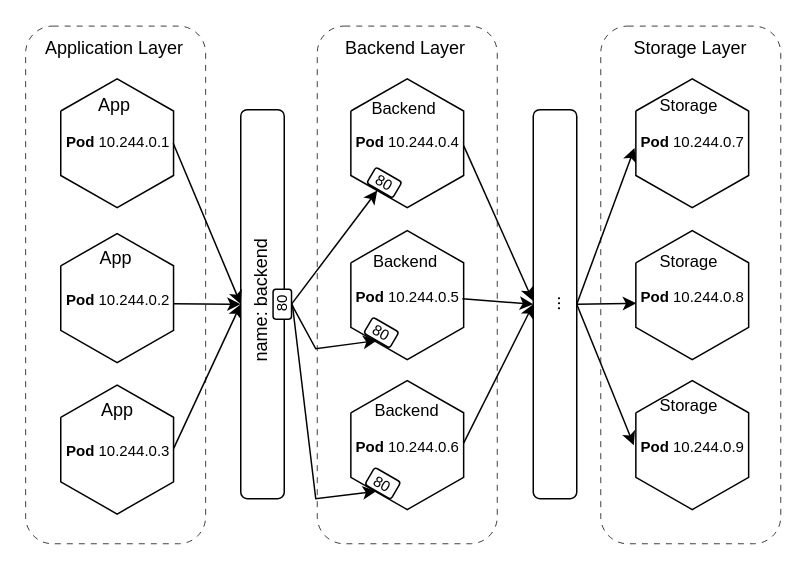
The draw.io diagram K8sClusterIPService.drawio in ChristophAtos/K8straining, before the edit. Source tidied: cells renumbered, new cells numbered last; positions are measured from the earlier drawing's top-left corner, leaving out a move shared by most shapes. Both pictures are drawn from the tidied source at 150%, with x=0, y=0 at pixel (26, 26).
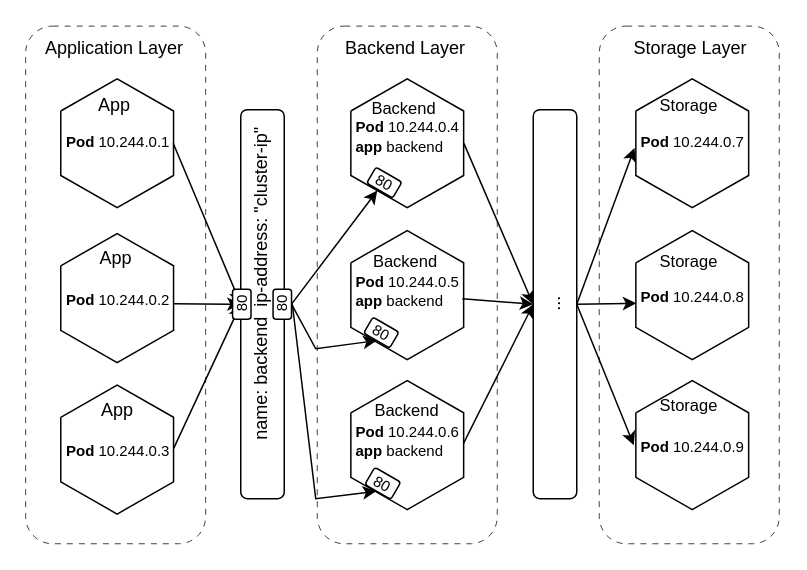
The same page after the edit.

The change refers to these unchanged cells:
```xml
<mxCell id="13" style="verticalLabelPosition=bottom;verticalAlign=top;html=1;shape=mxgraph.basic.polygon;polyCoords=[[0,0.25],[0.5,0],[1,0.25],[1,0.75],[0.5,1],[0,0.75],[0,0.25]];polyline=1;fillColor=default;perimeter=rectanglePerimeter;" parent="1" vertex="1">
  <mxGeometry x="216.4" y="35" width="75.2" height="86" as="geometry" />
</mxCell>
<mxCell id="44" style="rounded=1;whiteSpace=wrap;html=1;" parent="1" vertex="1">
  <mxGeometry x="338" y="55.6" width="29" height="259.4" as="geometry" />
</mxCell>
<mxCell id="52" value="..." style="text;html=1;strokeColor=none;fillColor=none;align=center;verticalAlign=middle;whiteSpace=wrap;rounded=0;rotation=-90;" parent="1" vertex="1">
  <mxGeometry x="297.9" y="170.3" width="110" height="30" as="geometry" />
</mxCell>
```

What changed in the source:
```diff
@@
     <mxCell id="14" value="&lt;font style=&quot;font-size: 10px;&quot;&gt;&lt;b style=&quot;border-color: var(--border-color); text-align: center;&quot;&gt;Pod&amp;nbsp;&lt;/b&gt;&lt;span style=&quot;border-color: var(--border-color); text-align: center;&quot;&gt;10.244.0.4&lt;/span&gt;&lt;/font&gt;" style="text;whiteSpace=wrap;html=1;rotation=0;" parent="1" vertex="1">
-      <mxGeometry x="217.9" y="63.2" width="68.1" height="27" as="geometry" />
+      <mxGeometry x="217.9" y="53.2" width="68.1" height="27" as="geometry" />
     </mxCell>
@@
     <mxCell id="16" value="&lt;font style=&quot;font-size: 10px;&quot;&gt;&lt;b style=&quot;border-color: var(--border-color); text-align: center;&quot;&gt;Pod&amp;nbsp;&lt;/b&gt;&lt;span style=&quot;border-color: var(--border-color); text-align: center;&quot;&gt;10.244.0.5&lt;/span&gt;&lt;/font&gt;" style="text;whiteSpace=wrap;html=1;rotation=0;" parent="1" vertex="1">
-      <mxGeometry x="217.9" y="166.4" width="68.1" height="27" as="geometry" />
+      <mxGeometry x="217.9" y="156.4" width="68.1" height="27" as="geometry" />
     </mxCell>
@@
     <mxCell id="18" value="&lt;font style=&quot;font-size: 10px;&quot;&gt;&lt;b style=&quot;border-color: var(--border-color); text-align: center;&quot;&gt;Pod&amp;nbsp;&lt;/b&gt;&lt;span style=&quot;border-color: var(--border-color); text-align: center;&quot;&gt;10.244.0.6&lt;/span&gt;&lt;/font&gt;" style="text;whiteSpace=wrap;html=1;rotation=0;" parent="1" vertex="1">
-      <mxGeometry x="217.9" y="266.4" width="68.1" height="27" as="geometry" />
+      <mxGeometry x="217.9" y="256.4" width="68.1" height="27" as="geometry" />
     </mxCell>
@@
-    <mxCell id="45" style="endArrow=classic;html=1;rounded=0;entryX=-0.01;entryY=0.491;entryDx=0;entryDy=0;entryPerimeter=0;exitX=1.001;exitY=0.52;exitDx=0;exitDy=0;exitPerimeter=0;" parent="1" edge="1" source="13" target="44">
-      <mxGeometry relative="1" as="geometry" />
-    </mxCell>
@@
-    <mxCell id="51" value="name: backend" style="text;html=1;strokeColor=none;fillColor=none;align=center;verticalAlign=middle;whiteSpace=wrap;rounded=0;rotation=-90;" parent="1" vertex="1">
-      <mxGeometry x="102.5" y="168.4" width="110" height="30" as="geometry" />
+    <mxCell id="51" value="name: backend&amp;nbsp; ip-address: &quot;cluster-ip&quot;" style="text;html=1;strokeColor=none;fillColor=none;align=center;verticalAlign=middle;whiteSpace=wrap;rounded=0;rotation=-90;" parent="1" vertex="1">
+      <mxGeometry x="27.6" y="157.4" width="259.8" height="30" as="geometry" />
     </mxCell>
@@
+    <mxCell id="54" style="rounded=1;whiteSpace=wrap;html=1;fillColor=none;strokeWidth=0.5;dashed=1;dashPattern=8 8;" parent="1" vertex="1">
+      <mxGeometry x="194" y="-0.1" width="120" height="345.1" as="geometry" />
+    </mxCell>
+    <mxCell id="55" value="&lt;font style=&quot;font-size: 10px;&quot;&gt;80&lt;/font&gt;" style="rounded=1;whiteSpace=wrap;html=1;rotation=-90;" parent="1" vertex="1">
+      <mxGeometry x="133.7" y="179.1" width="20" height="12.3" as="geometry" />
+    </mxCell>
+    <mxCell id="56" value="&lt;div style=&quot;text-align: center;&quot;&gt;&lt;span style=&quot;background-color: initial; font-size: 10px;&quot;&gt;&lt;b&gt;app &lt;/b&gt;backend&lt;/span&gt;&lt;/div&gt;" style="text;whiteSpace=wrap;html=1;rotation=0;" parent="1" vertex="1">
+      <mxGeometry x="217.9" y="66.2" width="68.1" height="27" as="geometry" />
+    </mxCell>
+    <mxCell id="57" value="&lt;div style=&quot;text-align: center;&quot;&gt;&lt;span style=&quot;background-color: initial; font-size: 10px;&quot;&gt;&lt;b&gt;app &lt;/b&gt;backend&lt;/span&gt;&lt;/div&gt;" style="text;whiteSpace=wrap;html=1;rotation=0;" parent="1" vertex="1">
+      <mxGeometry x="217.9" y="169.4" width="68.1" height="27" as="geometry" />
+    </mxCell>
+    <mxCell id="58" value="&lt;div style=&quot;text-align: center;&quot;&gt;&lt;span style=&quot;background-color: initial; font-size: 10px;&quot;&gt;&lt;b&gt;app &lt;/b&gt;backend&lt;/span&gt;&lt;/div&gt;" style="text;whiteSpace=wrap;html=1;rotation=0;" parent="1" vertex="1">
+      <mxGeometry x="217.9" y="269.4" width="68.1" height="27" as="geometry" />
+    </mxCell>
     <mxCell id="53" style="rounded=1;whiteSpace=wrap;html=1;fillColor=none;strokeWidth=0.5;dashed=1;dashPattern=8 8;" parent="1" vertex="1">
-      <mxGeometry x="194" y="-0.1" width="120" height="345.1" as="geometry" />
+      <mxGeometry x="382" y="-0.1" width="120" height="345.1" as="geometry" />
     </mxCell>
-    <mxCell id="54" style="rounded=1;whiteSpace=wrap;html=1;fillColor=none;strokeWidth=0.5;dashed=1;dashPattern=8 8;" parent="1" vertex="1">
-      <mxGeometry x="383" y="-0.1" width="120" height="345.1" as="geometry" />
-    </mxCell>
+    <mxCell id="59" style="endArrow=classic;html=1;rounded=0;entryX=0.5;entryY=0;entryDx=0;entryDy=0;exitX=1.002;exitY=0.501;exitDx=0;exitDy=0;exitPerimeter=0;" parent="1" edge="1" source="13" target="52">
+      <mxGeometry relative="1" as="geometry" />
+    </mxCell>
```
